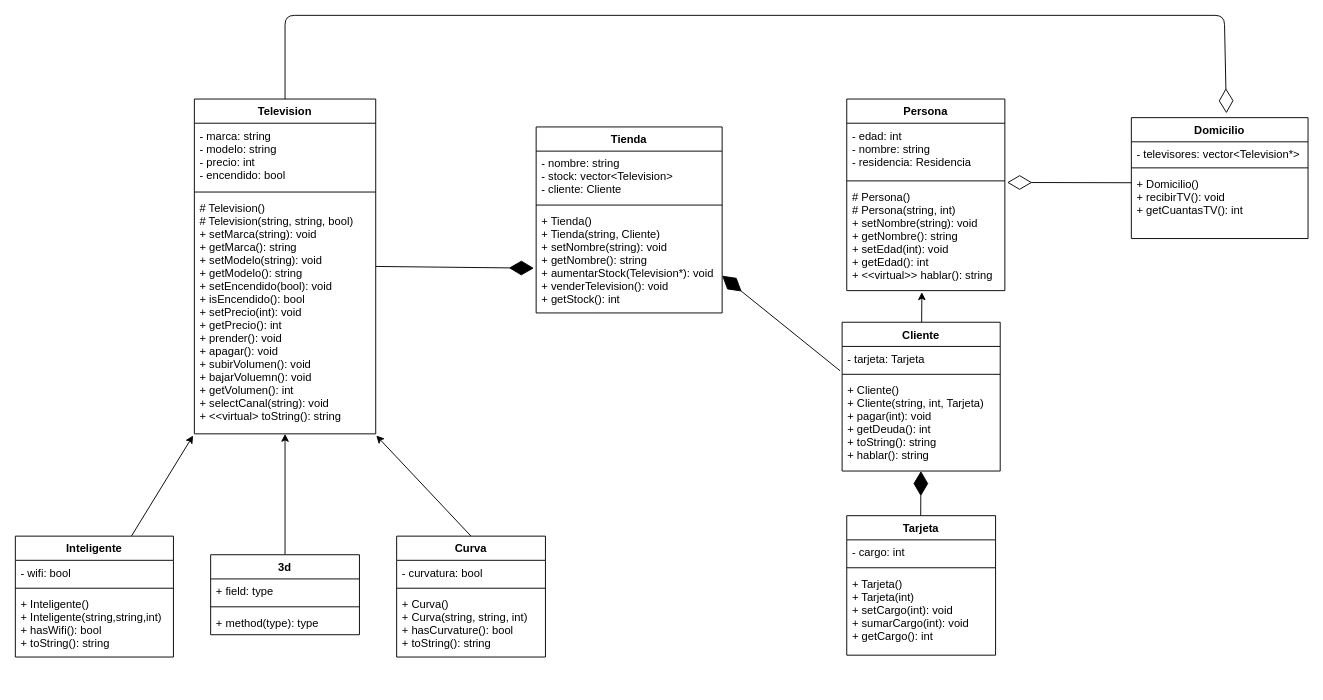
Before: Segundo_semestre/POO/Tareas/Tarea2/uml.drawio in celiphcephei/Uni, a draw.io diagram. Source tidied: cells renumbered, new cells numbered last; positions are measured from the earlier drawing's top-left corner, leaving out a move shared by most shapes. Both pictures are drawn from the tidied source at 93%, with x=0, y=0 at pixel (15, 15).
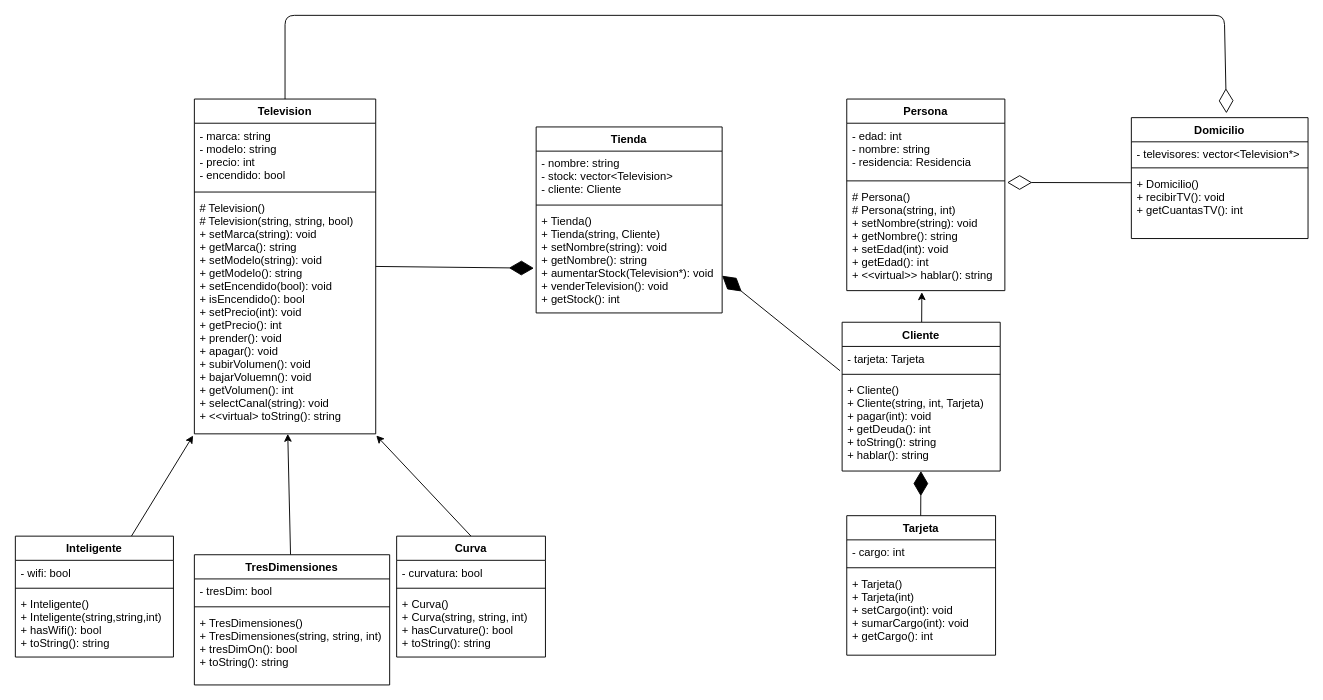
The same diagram, later.

Diff of the diagram source:
```diff
@@
-    <mxCell id="16" value="3d" style="swimlane;fontStyle=1;align=center;verticalAlign=top;horizontal=1;startSize=26;" parent="1" vertex="1">
-      <mxGeometry x="210" y="580" width="160" height="86" as="geometry" />
+    <mxCell id="16" value="TresDimensiones" style="swimlane;fontStyle=1;align=center;verticalAlign=top;horizontal=1;startSize=26;" parent="1" vertex="1">
+      <mxGeometry x="192.5" y="580" width="210" height="140" as="geometry" />
     </mxCell>
-    <mxCell id="17" value="+ field: type" style="text;strokeColor=none;fillColor=none;align=left;verticalAlign=top;spacingLeft=4;spacingRight=4;overflow=hidden;" parent="16" vertex="1">
-      <mxGeometry y="26" width="160" height="26" as="geometry" />
+    <mxCell id="17" value="- tresDim: bool" style="text;strokeColor=none;fillColor=none;align=left;verticalAlign=top;spacingLeft=4;spacingRight=4;overflow=hidden;" parent="16" vertex="1">
+      <mxGeometry y="26" width="210" height="26" as="geometry" />
     </mxCell>
     <mxCell id="18" style="line;strokeWidth=1;fillColor=none;align=left;verticalAlign=middle;spacingTop=-1;spacingLeft=3;spacingRight=3;labelPosition=right;strokeColor=inherit;" parent="16" vertex="1">
-      <mxGeometry y="52" width="160" height="8" as="geometry" />
+      <mxGeometry y="52" width="210" height="8" as="geometry" />
     </mxCell>
-    <mxCell id="19" value="+ method(type): type" style="text;strokeColor=none;fillColor=none;align=left;verticalAlign=top;spacingLeft=4;spacingRight=4;overflow=hidden;" parent="16" vertex="1">
-      <mxGeometry y="60" width="160" height="26" as="geometry" />
+    <mxCell id="19" value="+ TresDimensiones()&#10;+ TresDimensiones(string, string, int)&#10;+ tresDimOn(): bool&#10;+ toString(): string&#10;" style="text;strokeColor=none;fillColor=none;align=left;verticalAlign=top;spacingLeft=4;spacingRight=4;overflow=hidden;" parent="16" vertex="1">
+      <mxGeometry y="60" width="210" height="80" as="geometry" />
     </mxCell>
```
